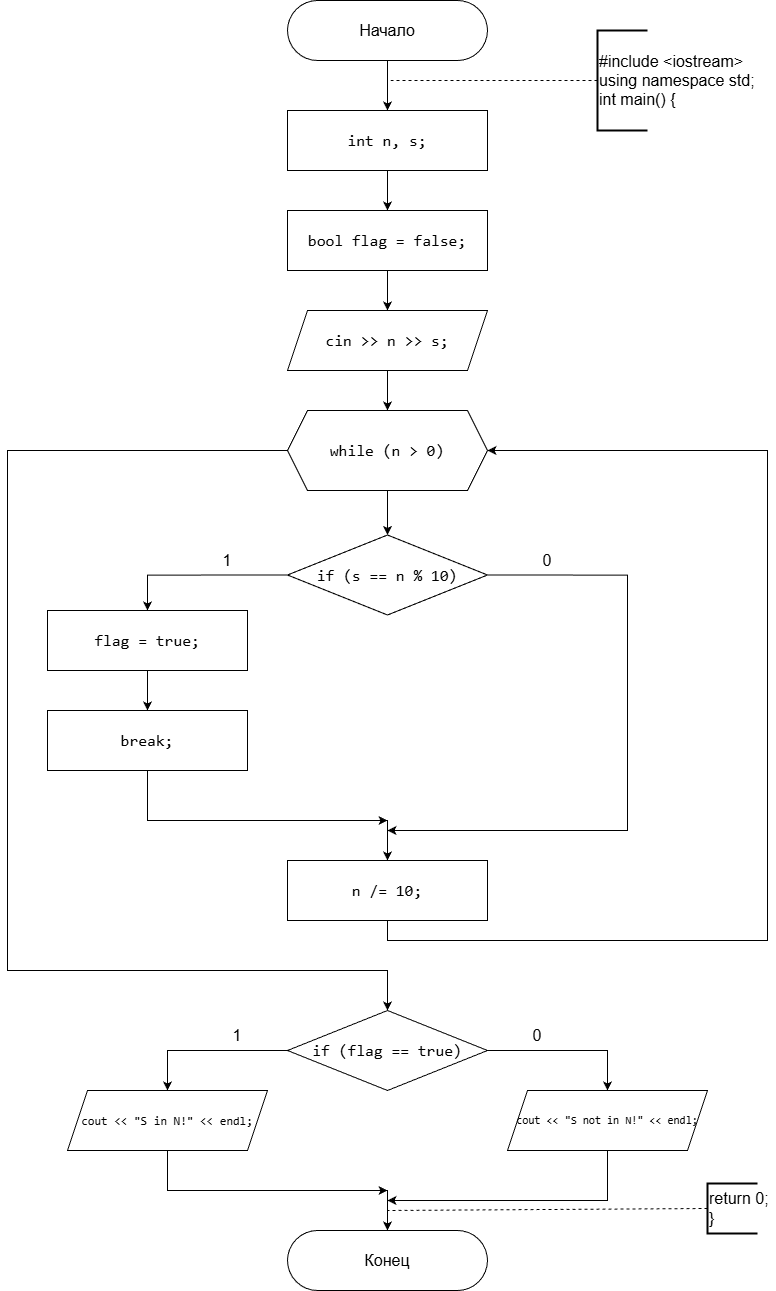
Above: Sem_1/2_15/2_15_block_scheme.png in egovcevivan/Labs_PSTU (draw.io), before the change. Source tidied: cells renumbered, new cells last; positions are measured from the earlier drawing's top-left corner, leaving out a move shared by most shapes. Its diagram source:
```xml
<mxGraphModel background="#ffffff">
  <root>
    <mxCell id="0" />
    <mxCell id="1" parent="0" />
    <mxCell id="2" style="edgeStyle=orthogonalEdgeStyle;rounded=0;jettySize=auto;html=1;" parent="1" edge="1" source="3" target="5">
      <mxGeometry relative="1" as="geometry" />
    </mxCell>
    <mxCell id="3" value="Начало" style="rounded=1;whiteSpace=wrap;html=1;arcSize=50;fontSize=16;labelBackgroundColor=none;" parent="1" vertex="1">
      <mxGeometry x="280" width="200" height="60" as="geometry" />
    </mxCell>
    <mxCell id="4" style="edgeStyle=orthogonalEdgeStyle;rounded=0;jettySize=auto;html=1;" parent="1" edge="1" source="5" target="7">
      <mxGeometry relative="1" as="geometry" />
    </mxCell>
    <mxCell id="5" value="&lt;div style=&quot;font-family: Consolas, &amp;quot;Courier New&amp;quot;, monospace; font-weight: normal; line-height: 22px; white-space: pre;&quot;&gt;&lt;div&gt;&lt;span style=&quot;&quot;&gt;int&lt;/span&gt;&lt;span style=&quot;&quot;&gt; &lt;/span&gt;&lt;span style=&quot;&quot;&gt;n&lt;/span&gt;&lt;span style=&quot;&quot;&gt;, &lt;/span&gt;&lt;span style=&quot;&quot;&gt;s&lt;/span&gt;&lt;span style=&quot;&quot;&gt;;&lt;/span&gt;&lt;/div&gt;&lt;/div&gt;" style="rounded=0;whiteSpace=wrap;html=1;fontSize=16;labelBackgroundColor=none;fontColor=default;" parent="1" vertex="1">
      <mxGeometry x="280" y="110" width="200" height="60" as="geometry" />
    </mxCell>
    <mxCell id="6" style="edgeStyle=orthogonalEdgeStyle;rounded=0;jettySize=auto;html=1;" parent="1" edge="1" source="7" target="11">
      <mxGeometry relative="1" as="geometry" />
    </mxCell>
    <mxCell id="7" value="&lt;div style=&quot;font-family: Consolas, &amp;quot;Courier New&amp;quot;, monospace; font-weight: normal; line-height: 22px; white-space: pre;&quot;&gt;&lt;div style=&quot;line-height: 22px;&quot;&gt;&lt;span style=&quot;&quot;&gt;bool&lt;/span&gt; &lt;span style=&quot;&quot;&gt;flag&lt;/span&gt; &lt;span style=&quot;&quot;&gt;=&lt;/span&gt; &lt;span style=&quot;&quot;&gt;false&lt;/span&gt;;&lt;/div&gt;&lt;/div&gt;" style="rounded=0;whiteSpace=wrap;html=1;fontSize=16;labelBackgroundColor=none;fontColor=default;" parent="1" vertex="1">
      <mxGeometry x="280" y="210" width="200" height="60" as="geometry" />
    </mxCell>
    <mxCell id="8" style="endArrow=none;dashed=1;html=1;rounded=0;exitX=0;exitY=0.5;exitDx=0;exitDy=0;exitPerimeter=0;" parent="1" edge="1" source="9">
      <mxGeometry relative="1" as="geometry">
        <mxPoint x="380" y="80" as="targetPoint" />
      </mxGeometry>
    </mxCell>
    <mxCell id="9" value="#include &amp;lt;iostream&amp;gt;&lt;div&gt;using namespace std;&lt;/div&gt;&lt;div&gt;int main() {&lt;/div&gt;" style="strokeWidth=2;html=1;shape=mxgraph.flowchart.annotation_1;align=left;fontSize=16;" parent="1" vertex="1">
      <mxGeometry x="590" y="30" width="50" height="100" as="geometry" />
    </mxCell>
    <mxCell id="10" style="edgeStyle=orthogonalEdgeStyle;rounded=0;jettySize=auto;html=1;" parent="1" edge="1" source="11" target="14">
      <mxGeometry relative="1" as="geometry" />
    </mxCell>
    <mxCell id="11" value="&lt;div style=&quot;font-family: Consolas, &amp;quot;Courier New&amp;quot;, monospace; line-height: 22px; white-space: pre;&quot;&gt;&lt;span style=&quot;&quot;&gt;cin&lt;/span&gt; &lt;span style=&quot;&quot;&gt;&amp;gt;&amp;gt;&lt;/span&gt; &lt;span style=&quot;&quot;&gt;n&lt;/span&gt; &lt;span style=&quot;&quot;&gt;&amp;gt;&amp;gt;&lt;/span&gt; &lt;span style=&quot;&quot;&gt;s&lt;/span&gt;;&lt;/div&gt;" style="shape=parallelogram;perimeter=parallelogramPerimeter;whiteSpace=wrap;html=1;fixedSize=1;fontSize=16;labelBackgroundColor=none;fontColor=default;" parent="1" vertex="1">
      <mxGeometry x="280" y="310" width="200" height="60" as="geometry" />
    </mxCell>
    <mxCell id="12" style="edgeStyle=orthogonalEdgeStyle;rounded=0;jettySize=auto;html=1;" parent="1" edge="1" source="14" target="17">
      <mxGeometry relative="1" as="geometry" />
    </mxCell>
    <mxCell id="13" style="edgeStyle=orthogonalEdgeStyle;rounded=0;jettySize=auto;html=1;exitX=0;exitY=0.5;exitDx=0;exitDy=0;entryX=0.5;entryY=0;entryDx=0;entryDy=0;" parent="1" edge="1" source="14" target="29">
      <mxGeometry relative="1" as="geometry">
        <Array as="points">
          <mxPoint y="450" />
          <mxPoint y="970" />
          <mxPoint x="380" y="970" />
        </Array>
      </mxGeometry>
    </mxCell>
    <mxCell id="14" value="&lt;div style=&quot;font-family: Consolas, &amp;quot;Courier New&amp;quot;, monospace; line-height: 22px; white-space: pre;&quot;&gt;&lt;span style=&quot;&quot;&gt;while&lt;/span&gt; (&lt;span style=&quot;&quot;&gt;n&lt;/span&gt; &lt;span style=&quot;&quot;&gt;&amp;gt;&lt;/span&gt; &lt;span style=&quot;&quot;&gt;0&lt;/span&gt;)&lt;/div&gt;" style="shape=hexagon;perimeter=hexagonPerimeter2;whiteSpace=wrap;html=1;fixedSize=1;fontSize=16;labelBackgroundColor=none;fontColor=default;" parent="1" vertex="1">
      <mxGeometry x="280" y="410" width="200" height="80" as="geometry" />
    </mxCell>
    <mxCell id="15" style="edgeStyle=orthogonalEdgeStyle;rounded=0;jettySize=auto;html=1;exitX=0;exitY=0.5;exitDx=0;exitDy=0;entryX=0.5;entryY=0;entryDx=0;entryDy=0;" parent="1" edge="1" source="17" target="19">
      <mxGeometry relative="1" as="geometry" />
    </mxCell>
    <mxCell id="16" style="edgeStyle=orthogonalEdgeStyle;rounded=0;jettySize=auto;html=1;exitX=1;exitY=0.5;exitDx=0;exitDy=0;" parent="1" edge="1" source="17">
      <mxGeometry relative="1" as="geometry">
        <mxPoint x="380" y="830" as="targetPoint" />
        <Array as="points">
          <mxPoint x="620" y="575" />
          <mxPoint x="620" y="830" />
          <mxPoint x="380" y="830" />
        </Array>
      </mxGeometry>
    </mxCell>
    <mxCell id="17" value="&lt;div style=&quot;font-family: Consolas, &amp;quot;Courier New&amp;quot;, monospace; line-height: 22px; white-space: pre;&quot;&gt;&lt;span style=&quot;&quot;&gt;if&lt;/span&gt; (&lt;span style=&quot;&quot;&gt;s&lt;/span&gt; &lt;span style=&quot;&quot;&gt;==&lt;/span&gt; &lt;span style=&quot;&quot;&gt;n&lt;/span&gt; &lt;span style=&quot;&quot;&gt;%&lt;/span&gt; &lt;span style=&quot;&quot;&gt;10&lt;/span&gt;)&lt;/div&gt;" style="rhombus;whiteSpace=wrap;html=1;fontSize=16;labelBackgroundColor=none;fontColor=default;" parent="1" vertex="1">
      <mxGeometry x="280" y="534.5" width="200" height="80" as="geometry" />
    </mxCell>
    <mxCell id="18" style="edgeStyle=orthogonalEdgeStyle;rounded=0;jettySize=auto;html=1;" parent="1" edge="1" source="19" target="22">
      <mxGeometry relative="1" as="geometry" />
    </mxCell>
    <mxCell id="19" value="&lt;div style=&quot;font-family: Consolas, &amp;quot;Courier New&amp;quot;, monospace; line-height: 22px; white-space: pre;&quot;&gt;&lt;span style=&quot;&quot;&gt;flag&lt;/span&gt; &lt;span style=&quot;&quot;&gt;=&lt;/span&gt; &lt;span style=&quot;&quot;&gt;true&lt;/span&gt;;&lt;/div&gt;" style="rounded=0;whiteSpace=wrap;html=1;fontSize=16;labelBackgroundColor=none;fontColor=default;" parent="1" vertex="1">
      <mxGeometry x="40" y="610" width="200" height="60" as="geometry" />
    </mxCell>
    <mxCell id="20" value="1" style="text;html=1;whiteSpace=wrap;strokeColor=none;fillColor=none;align=center;verticalAlign=middle;rounded=0;fontSize=16;" parent="1" vertex="1">
      <mxGeometry x="190" y="545" width="60" height="30" as="geometry" />
    </mxCell>
    <mxCell id="21" style="edgeStyle=orthogonalEdgeStyle;rounded=0;jettySize=auto;html=1;exitX=0.5;exitY=1;exitDx=0;exitDy=0;entryX=0.5;entryY=0;entryDx=0;entryDy=0;" parent="1" edge="1" source="22" target="26">
      <mxGeometry relative="1" as="geometry">
        <Array as="points">
          <mxPoint x="140" y="820" />
          <mxPoint x="380" y="820" />
        </Array>
      </mxGeometry>
    </mxCell>
    <mxCell id="22" value="&lt;div style=&quot;font-family: Consolas, &amp;quot;Courier New&amp;quot;, monospace; line-height: 22px; white-space: pre;&quot;&gt;&lt;div style=&quot;line-height: 22px;&quot;&gt;&lt;span style=&quot;&quot;&gt;break&lt;/span&gt;;&lt;/div&gt;&lt;/div&gt;" style="rounded=0;whiteSpace=wrap;html=1;fontSize=16;labelBackgroundColor=none;fontColor=default;" parent="1" vertex="1">
      <mxGeometry x="40" y="710" width="200" height="60" as="geometry" />
    </mxCell>
    <mxCell id="23" value="0" style="text;html=1;whiteSpace=wrap;strokeColor=none;fillColor=none;align=center;verticalAlign=middle;rounded=0;fontSize=16;" parent="1" vertex="1">
      <mxGeometry x="510" y="545" width="60" height="30" as="geometry" />
    </mxCell>
    <mxCell id="24" style="endArrow=classic;html=1;rounded=0;" parent="1" edge="1">
      <mxGeometry relative="1" as="geometry">
        <mxPoint x="210" y="820" as="sourcePoint" />
        <mxPoint x="380" y="820" as="targetPoint" />
      </mxGeometry>
    </mxCell>
    <mxCell id="25" style="edgeStyle=orthogonalEdgeStyle;rounded=0;jettySize=auto;html=1;exitX=0.5;exitY=1;exitDx=0;exitDy=0;entryX=1;entryY=0.5;entryDx=0;entryDy=0;" parent="1" edge="1" source="26" target="14">
      <mxGeometry relative="1" as="geometry">
        <Array as="points">
          <mxPoint x="380" y="940" />
          <mxPoint x="760" y="940" />
          <mxPoint x="760" y="450" />
        </Array>
      </mxGeometry>
    </mxCell>
    <mxCell id="26" value="&lt;div style=&quot;font-family: Consolas, &amp;quot;Courier New&amp;quot;, monospace; font-weight: normal; line-height: 22px; white-space: pre;&quot;&gt;&lt;div&gt;&lt;span style=&quot;&quot;&gt;n&lt;/span&gt;&lt;span style=&quot;&quot;&gt; &lt;/span&gt;&lt;span style=&quot;&quot;&gt;/=&lt;/span&gt;&lt;span style=&quot;&quot;&gt; &lt;/span&gt;&lt;span style=&quot;&quot;&gt;10&lt;/span&gt;&lt;span style=&quot;&quot;&gt;;&lt;/span&gt;&lt;/div&gt;&lt;/div&gt;" style="rounded=0;whiteSpace=wrap;html=1;fontSize=16;labelBackgroundColor=none;fontColor=default;" parent="1" vertex="1">
      <mxGeometry x="280" y="860" width="200" height="60" as="geometry" />
    </mxCell>
    <mxCell id="27" style="edgeStyle=orthogonalEdgeStyle;rounded=0;jettySize=auto;html=1;exitX=0;exitY=0.5;exitDx=0;exitDy=0;entryX=0.5;entryY=0;entryDx=0;entryDy=0;" parent="1" edge="1" source="29" target="31">
      <mxGeometry relative="1" as="geometry" />
    </mxCell>
    <mxCell id="28" style="edgeStyle=orthogonalEdgeStyle;rounded=0;jettySize=auto;html=1;exitX=1;exitY=0.5;exitDx=0;exitDy=0;entryX=0.5;entryY=0;entryDx=0;entryDy=0;" parent="1" edge="1" source="29" target="34">
      <mxGeometry relative="1" as="geometry" />
    </mxCell>
    <mxCell id="29" value="&lt;div style=&quot;font-family: Consolas, &amp;quot;Courier New&amp;quot;, monospace; line-height: 22px; white-space: pre;&quot;&gt;&lt;span style=&quot;&quot;&gt;if&lt;/span&gt; (&lt;span style=&quot;&quot;&gt;flag&lt;/span&gt; &lt;span style=&quot;&quot;&gt;==&lt;/span&gt; &lt;span style=&quot;&quot;&gt;true&lt;/span&gt;)&lt;/div&gt;" style="rhombus;whiteSpace=wrap;html=1;fontSize=16;labelBackgroundColor=none;fontColor=default;" parent="1" vertex="1">
      <mxGeometry x="280" y="1010" width="200" height="80" as="geometry" />
    </mxCell>
    <mxCell id="30" style="edgeStyle=orthogonalEdgeStyle;rounded=0;jettySize=auto;html=1;exitX=0.5;exitY=1;exitDx=0;exitDy=0;entryX=0.5;entryY=0;entryDx=0;entryDy=0;" parent="1" edge="1" source="31" target="36">
      <mxGeometry relative="1" as="geometry" />
    </mxCell>
    <mxCell id="31" value="&lt;div style=&quot;font-family: Consolas, &amp;quot;Courier New&amp;quot;, monospace; line-height: 22px; white-space: pre;&quot;&gt;&lt;span style=&quot;&quot;&gt;cout&lt;/span&gt; &lt;span style=&quot;&quot;&gt;&amp;lt;&amp;lt;&lt;/span&gt; &lt;span style=&quot;&quot;&gt;&quot;S in N!&quot;&lt;/span&gt; &lt;span style=&quot;&quot;&gt;&amp;lt;&amp;lt;&lt;/span&gt; &lt;span style=&quot;&quot;&gt;endl&lt;/span&gt;;&lt;/div&gt;" style="shape=parallelogram;perimeter=parallelogramPerimeter;whiteSpace=wrap;html=1;fixedSize=1;fontSize=12;labelBorderColor=none;labelBackgroundColor=none;fontColor=default;" parent="1" vertex="1">
      <mxGeometry x="60" y="1090" width="200" height="60" as="geometry" />
    </mxCell>
    <mxCell id="32" value="1" style="text;html=1;whiteSpace=wrap;strokeColor=none;fillColor=none;align=center;verticalAlign=middle;rounded=0;fontSize=16;" parent="1" vertex="1">
      <mxGeometry x="200" y="1020" width="60" height="30" as="geometry" />
    </mxCell>
    <mxCell id="33" style="edgeStyle=orthogonalEdgeStyle;rounded=0;jettySize=auto;html=1;exitX=0.5;exitY=1;exitDx=0;exitDy=0;" parent="1" edge="1" source="34">
      <mxGeometry relative="1" as="geometry">
        <mxPoint x="380" y="1230" as="targetPoint" />
        <Array as="points">
          <mxPoint x="600" y="1200" />
          <mxPoint x="380" y="1200" />
        </Array>
      </mxGeometry>
    </mxCell>
    <mxCell id="34" value="&lt;div style=&quot;font-family: Consolas, &amp;quot;Courier New&amp;quot;, monospace; line-height: 22px; white-space: pre;&quot;&gt;&lt;span&gt;cout&lt;/span&gt; &lt;span&gt;&amp;lt;&amp;lt;&lt;/span&gt; &lt;span&gt;&quot;S not in N!&quot;&lt;/span&gt; &lt;span&gt;&amp;lt;&amp;lt;&lt;/span&gt; &lt;span&gt;endl&lt;/span&gt;;&lt;/div&gt;" style="shape=parallelogram;perimeter=parallelogramPerimeter;whiteSpace=wrap;html=1;fixedSize=1;fontSize=11;labelBorderColor=none;labelBackgroundColor=none;fontColor=default;" parent="1" vertex="1">
      <mxGeometry x="500" y="1090" width="200" height="60" as="geometry" />
    </mxCell>
    <mxCell id="35" value="0" style="text;html=1;whiteSpace=wrap;strokeColor=none;fillColor=none;align=center;verticalAlign=middle;rounded=0;fontSize=16;" parent="1" vertex="1">
      <mxGeometry x="500" y="1020" width="60" height="30" as="geometry" />
    </mxCell>
    <mxCell id="36" value="Конец" style="rounded=1;whiteSpace=wrap;html=1;arcSize=50;fontSize=16;labelBackgroundColor=none;" parent="1" vertex="1">
      <mxGeometry x="280" y="1230" width="200" height="60" as="geometry" />
    </mxCell>
    <mxCell id="37" style="endArrow=classic;html=1;rounded=0;" parent="1" edge="1">
      <mxGeometry relative="1" as="geometry">
        <mxPoint x="240" y="1190" as="sourcePoint" />
        <mxPoint x="380" y="1190" as="targetPoint" />
      </mxGeometry>
    </mxCell>
    <mxCell id="38" style="endArrow=classic;html=1;rounded=0;" parent="1" edge="1">
      <mxGeometry relative="1" as="geometry">
        <mxPoint x="490" y="1200" as="sourcePoint" />
        <mxPoint x="380" y="1200" as="targetPoint" />
      </mxGeometry>
    </mxCell>
    <mxCell id="39" style="endArrow=none;dashed=1;html=1;rounded=0;exitX=0;exitY=0.5;exitDx=0;exitDy=0;exitPerimeter=0;" parent="1" edge="1" source="40">
      <mxGeometry relative="1" as="geometry">
        <mxPoint x="380" y="1210" as="targetPoint" />
      </mxGeometry>
    </mxCell>
    <mxCell id="40" value="return 0;&lt;div&gt;}&lt;/div&gt;" style="strokeWidth=2;html=1;shape=mxgraph.flowchart.annotation_1;align=left;fontSize=16;" parent="1" vertex="1">
      <mxGeometry x="700" y="1183" width="50" height="50" as="geometry" />
    </mxCell>
  </root>
</mxGraphModel>
```
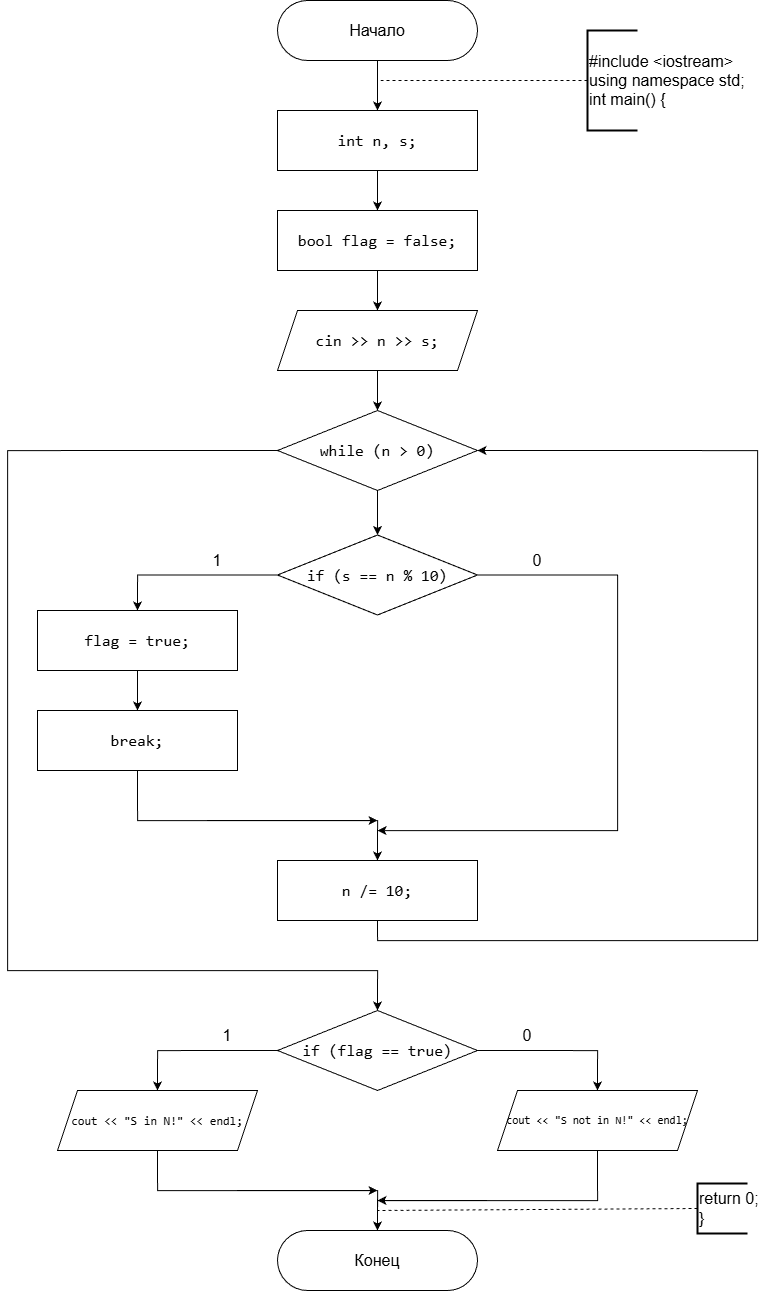
After the commit.

Commit message:
Fixed block-schemes 2_14, 2_15, 2_16, 2_18, 2_21

What changed in the source:
```diff
@@ -28,27 +28,29 @@
     <mxCell id="9" value="#include &amp;lt;iostream&amp;gt;&lt;div&gt;using namespace std;&lt;/div&gt;&lt;div&gt;int main() {&lt;/div&gt;" style="strokeWidth=2;html=1;shape=mxgraph.flowchart.annotation_1;align=left;fontSize=16;" parent="1" vertex="1">
       <mxGeometry x="590" y="30" width="50" height="100" as="geometry" />
     </mxCell>
-    <mxCell id="10" style="edgeStyle=orthogonalEdgeStyle;rounded=0;jettySize=auto;html=1;" parent="1" edge="1" source="11" target="14">
-      <mxGeometry relative="1" as="geometry" />
+    <mxCell id="10" style="edgeStyle=orthogonalEdgeStyle;rounded=0;jettySize=auto;html=1;" parent="1" edge="1" source="11">
+      <mxGeometry relative="1" as="geometry">
+        <mxPoint x="380" y="410" as="targetPoint" />
+      </mxGeometry>
     </mxCell>
     <mxCell id="11" value="&lt;div style=&quot;font-family: Consolas, &amp;quot;Courier New&amp;quot;, monospace; line-height: 22px; white-space: pre;&quot;&gt;&lt;span style=&quot;&quot;&gt;cin&lt;/span&gt; &lt;span style=&quot;&quot;&gt;&amp;gt;&amp;gt;&lt;/span&gt; &lt;span style=&quot;&quot;&gt;n&lt;/span&gt; &lt;span style=&quot;&quot;&gt;&amp;gt;&amp;gt;&lt;/span&gt; &lt;span style=&quot;&quot;&gt;s&lt;/span&gt;;&lt;/div&gt;" style="shape=parallelogram;perimeter=parallelogramPerimeter;whiteSpace=wrap;html=1;fixedSize=1;fontSize=16;labelBackgroundColor=none;fontColor=default;" parent="1" vertex="1">
       <mxGeometry x="280" y="310" width="200" height="60" as="geometry" />
     </mxCell>
-    <mxCell id="12" style="edgeStyle=orthogonalEdgeStyle;rounded=0;jettySize=auto;html=1;" parent="1" edge="1" source="14" target="17">
-      <mxGeometry relative="1" as="geometry" />
+    <mxCell id="12" style="edgeStyle=orthogonalEdgeStyle;rounded=0;jettySize=auto;html=1;" parent="1" edge="1" target="17">
+      <mxGeometry relative="1" as="geometry">
+        <mxPoint x="380" y="490" as="sourcePoint" />
+      </mxGeometry>
     </mxCell>
-    <mxCell id="13" style="edgeStyle=orthogonalEdgeStyle;rounded=0;jettySize=auto;html=1;exitX=0;exitY=0.5;exitDx=0;exitDy=0;entryX=0.5;entryY=0;entryDx=0;entryDy=0;" parent="1" edge="1" source="14" target="29">
+    <mxCell id="13" style="edgeStyle=orthogonalEdgeStyle;rounded=0;jettySize=auto;html=1;exitX=0;exitY=0.5;exitDx=0;exitDy=0;entryX=0.5;entryY=0;entryDx=0;entryDy=0;" parent="1" edge="1" target="29">
       <mxGeometry relative="1" as="geometry">
+        <mxPoint x="280" y="450" as="sourcePoint" />
         <Array as="points">
-          <mxPoint y="450" />
-          <mxPoint y="970" />
+          <mxPoint x="10" y="450" />
+          <mxPoint x="10" y="970" />
           <mxPoint x="380" y="970" />
         </Array>
       </mxGeometry>
     </mxCell>
-    <mxCell id="14" value="&lt;div style=&quot;font-family: Consolas, &amp;quot;Courier New&amp;quot;, monospace; line-height: 22px; white-space: pre;&quot;&gt;&lt;span style=&quot;&quot;&gt;while&lt;/span&gt; (&lt;span style=&quot;&quot;&gt;n&lt;/span&gt; &lt;span style=&quot;&quot;&gt;&amp;gt;&lt;/span&gt; &lt;span style=&quot;&quot;&gt;0&lt;/span&gt;)&lt;/div&gt;" style="shape=hexagon;perimeter=hexagonPerimeter2;whiteSpace=wrap;html=1;fixedSize=1;fontSize=16;labelBackgroundColor=none;fontColor=default;" parent="1" vertex="1">
-      <mxGeometry x="280" y="410" width="200" height="80" as="geometry" />
-    </mxCell>
     <mxCell id="15" style="edgeStyle=orthogonalEdgeStyle;rounded=0;jettySize=auto;html=1;exitX=0;exitY=0.5;exitDx=0;exitDy=0;entryX=0.5;entryY=0;entryDx=0;entryDy=0;" parent="1" edge="1" source="17" target="19">
       <mxGeometry relative="1" as="geometry" />
     </mxCell>
@@ -94,8 +96,9 @@
         <mxPoint x="380" y="820" as="targetPoint" />
       </mxGeometry>
     </mxCell>
-    <mxCell id="25" style="edgeStyle=orthogonalEdgeStyle;rounded=0;jettySize=auto;html=1;exitX=0.5;exitY=1;exitDx=0;exitDy=0;entryX=1;entryY=0.5;entryDx=0;entryDy=0;" parent="1" edge="1" source="26" target="14">
+    <mxCell id="25" style="edgeStyle=orthogonalEdgeStyle;rounded=0;jettySize=auto;html=1;exitX=0.5;exitY=1;exitDx=0;exitDy=0;entryX=1;entryY=0.5;entryDx=0;entryDy=0;" parent="1" edge="1" source="26">
       <mxGeometry relative="1" as="geometry">
+        <mxPoint x="480" y="450" as="targetPoint" />
         <Array as="points">
           <mxPoint x="380" y="940" />
           <mxPoint x="760" y="940" />
@@ -162,5 +165,8 @@
     <mxCell id="40" value="return 0;&lt;div&gt;}&lt;/div&gt;" style="strokeWidth=2;html=1;shape=mxgraph.flowchart.annotation_1;align=left;fontSize=16;" parent="1" vertex="1">
       <mxGeometry x="700" y="1183" width="50" height="50" as="geometry" />
     </mxCell>
+    <mxCell id="14" value="&lt;span style=&quot;font-family: Consolas, &amp;quot;Courier New&amp;quot;, monospace; font-size: 16px; white-space: pre;&quot;&gt;while&lt;/span&gt;&lt;span style=&quot;font-family: Consolas, &amp;quot;Courier New&amp;quot;, monospace; font-size: 16px; white-space: pre;&quot;&gt; (&lt;/span&gt;&lt;span style=&quot;font-family: Consolas, &amp;quot;Courier New&amp;quot;, monospace; font-size: 16px; white-space: pre;&quot;&gt;n&lt;/span&gt;&lt;span style=&quot;font-family: Consolas, &amp;quot;Courier New&amp;quot;, monospace; font-size: 16px; white-space: pre;&quot;&gt; &lt;/span&gt;&lt;span style=&quot;font-family: Consolas, &amp;quot;Courier New&amp;quot;, monospace; font-size: 16px; white-space: pre;&quot;&gt;&amp;gt;&lt;/span&gt;&lt;span style=&quot;font-family: Consolas, &amp;quot;Courier New&amp;quot;, monospace; font-size: 16px; white-space: pre;&quot;&gt; &lt;/span&gt;&lt;span style=&quot;font-family: Consolas, &amp;quot;Courier New&amp;quot;, monospace; font-size: 16px; white-space: pre;&quot;&gt;0&lt;/span&gt;&lt;span style=&quot;font-family: Consolas, &amp;quot;Courier New&amp;quot;, monospace; font-size: 16px; white-space: pre;&quot;&gt;)&lt;/span&gt;" style="rhombus;whiteSpace=wrap;html=1;" parent="1" vertex="1">
+      <mxGeometry x="280" y="410" width="200" height="80" as="geometry" />
+    </mxCell>
   </root>
 </mxGraphModel>
```
